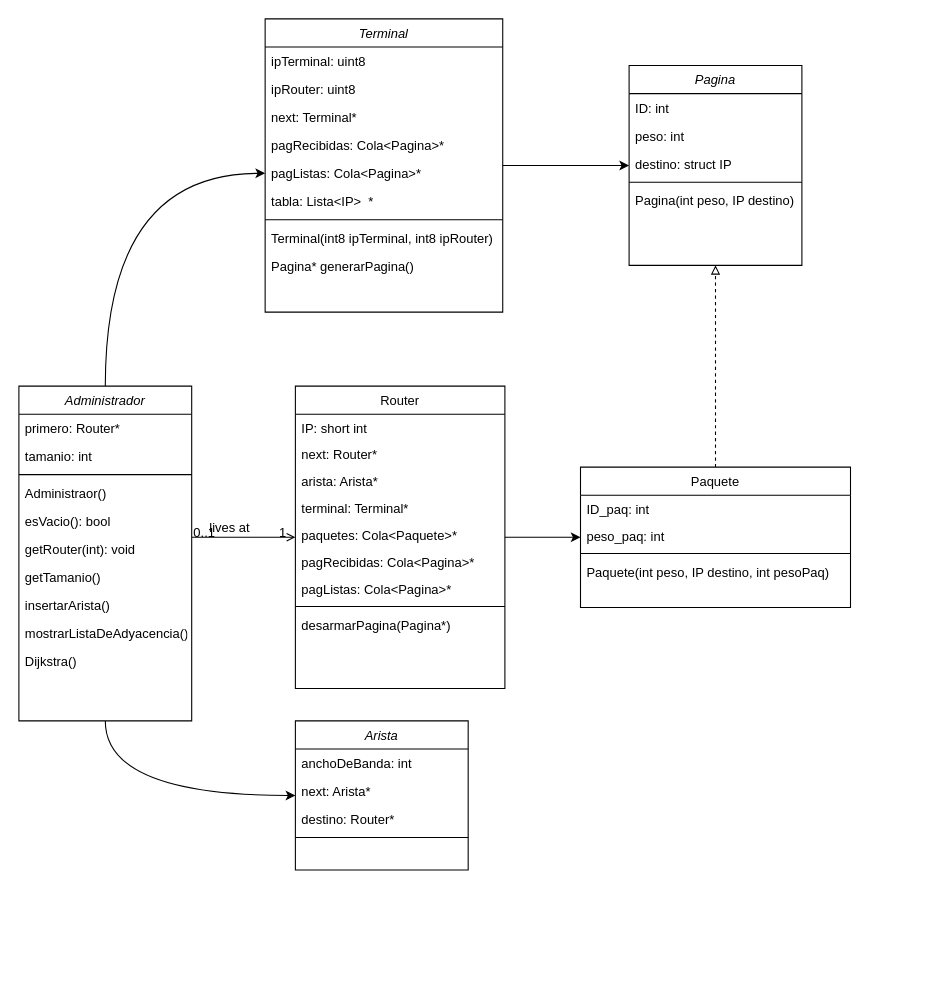
Above: DiagramaDeClases.drawio in emaarnolfo/FinalAyEdD2023 (draw.io), before the change. Source tidied: cells renumbered, new cells numbered last; positions are measured from the earlier drawing's top-left corner, leaving out a move shared by most shapes. Both pictures are drawn from the tidied source at 108%, with x=0, y=0 at pixel (18, 18).
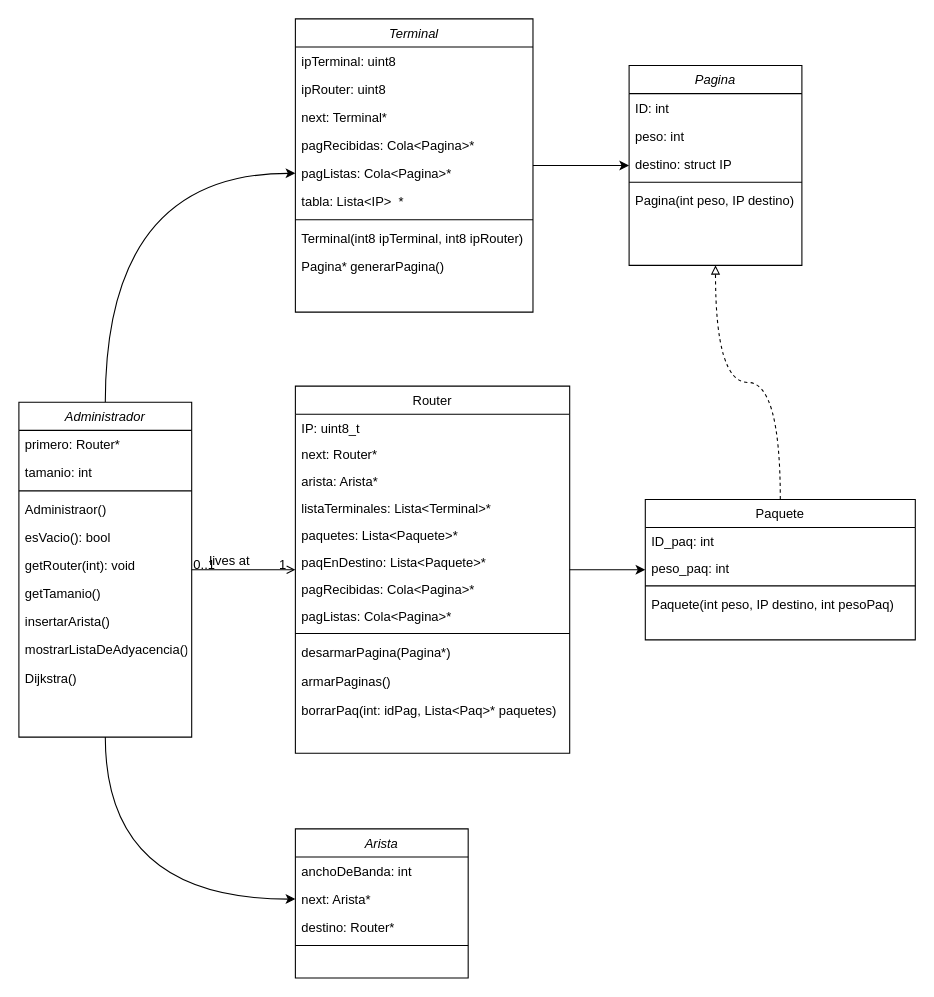
The same diagram, later.

The change refers to these unchanged cells:
```xml
<mxCell id="32" value="next: Arista*" style="text;align=left;verticalAlign=top;spacingLeft=4;spacingRight=4;overflow=hidden;points=[[0,0.5],[1,0.5]];portConstraint=eastwest;rounded=0;shadow=0;html=0;" parent="30" vertex="1">
  <mxGeometry y="52" width="160" height="26" as="geometry" />
</mxCell>
```

Change to the diagram source:
```diff
@@
-    <mxCell id="2" style="edgeStyle=orthogonalEdgeStyle;jettySize=auto;html=1;curved=1;exitX=0.5;exitY=1;exitDx=0;exitDy=0;" parent="1" edge="1" source="4" target="30">
+    <mxCell id="2" style="edgeStyle=orthogonalEdgeStyle;jettySize=auto;html=1;curved=1;exitX=0.5;exitY=1;exitDx=0;exitDy=0;entryX=0;entryY=0.5;entryDx=0;entryDy=0;" parent="1" edge="1" source="4" target="32">
       <mxGeometry relative="1" as="geometry" />
     </mxCell>
@@
     <mxCell id="4" value="Administrador" style="swimlane;fontStyle=2;align=center;verticalAlign=top;horizontal=1;startSize=26;rounded=0;shadow=0;strokeWidth=1;" parent="1" vertex="1">
-      <mxGeometry y="340" width="160" height="310" as="geometry" />
+      <mxGeometry y="355" width="160" height="310" as="geometry" />
     </mxCell>
@@
     <mxCell id="16" value="Router" style="swimlane;fontStyle=0;align=center;verticalAlign=top;horizontal=1;startSize=26;rounded=0;shadow=0;strokeWidth=1;" parent="1" vertex="1">
-      <mxGeometry x="256" y="340" width="194" height="280" as="geometry" />
+      <mxGeometry x="256" y="340" width="254" height="340" as="geometry" />
     </mxCell>
-    <mxCell id="17" value="IP: short int" style="text;align=left;verticalAlign=top;spacingLeft=4;spacingRight=4;overflow=hidden;rounded=0;shadow=0;html=0;" parent="16" vertex="1">
-      <mxGeometry y="26" width="194" height="24" as="geometry" />
+    <mxCell id="17" value="IP: uint8_t" style="text;align=left;verticalAlign=top;spacingLeft=4;spacingRight=4;overflow=hidden;rounded=0;shadow=0;html=0;" parent="16" vertex="1">
+      <mxGeometry y="26" width="254" height="24" as="geometry" />
     </mxCell>
     <mxCell id="18" value="next: Router*" style="text;align=left;verticalAlign=top;spacingLeft=4;spacingRight=4;overflow=hidden;" parent="16" vertex="1">
-      <mxGeometry y="50" width="194" height="25" as="geometry" />
+      <mxGeometry y="50" width="254" height="25" as="geometry" />
     </mxCell>
     <mxCell id="19" value="arista: Arista*" style="text;align=left;verticalAlign=top;spacingLeft=4;spacingRight=4;overflow=hidden;" parent="16" vertex="1">
-      <mxGeometry y="75" width="194" height="25" as="geometry" />
+      <mxGeometry y="75" width="254" height="25" as="geometry" />
     </mxCell>
-    <mxCell id="20" value="terminal: Terminal*" style="text;align=left;verticalAlign=top;spacingLeft=4;spacingRight=4;overflow=hidden;" parent="16" vertex="1">
-      <mxGeometry y="100" width="194" height="25" as="geometry" />
+    <mxCell id="20" value="listaTerminales: Lista&lt;Terminal&gt;* " style="text;align=left;verticalAlign=top;spacingLeft=4;spacingRight=4;overflow=hidden;" parent="16" vertex="1">
+      <mxGeometry y="100" width="254" height="25" as="geometry" />
     </mxCell>
-    <mxCell id="21" value="paquetes: Cola&lt;Paquete&gt;*" style="text;align=left;verticalAlign=top;spacingLeft=4;spacingRight=4;overflow=hidden;" parent="16" vertex="1">
-      <mxGeometry y="125" width="194" height="25" as="geometry" />
+    <mxCell id="21" value="paquetes: Lista&lt;Paquete&gt;*" style="text;align=left;verticalAlign=top;spacingLeft=4;spacingRight=4;overflow=hidden;" parent="16" vertex="1">
+      <mxGeometry y="125" width="254" height="25" as="geometry" />
     </mxCell>
+    <mxCell id="59" value="paqEnDestino: Lista&lt;Paquete&gt;*" style="text;align=left;verticalAlign=top;spacingLeft=4;spacingRight=4;overflow=hidden;" parent="16" vertex="1">
+      <mxGeometry y="150" width="254" height="25" as="geometry" />
+    </mxCell>
     <mxCell id="22" value="pagRecibidas: Cola&lt;Pagina&gt;*" style="text;align=left;verticalAlign=top;spacingLeft=4;spacingRight=4;overflow=hidden;" parent="16" vertex="1">
-      <mxGeometry y="150" width="194" height="25" as="geometry" />
+      <mxGeometry y="175" width="254" height="25" as="geometry" />
     </mxCell>
     <mxCell id="23" value="pagListas: Cola&lt;Pagina&gt;*" style="text;align=left;verticalAlign=top;spacingLeft=4;spacingRight=4;overflow=hidden;" parent="16" vertex="1">
-      <mxGeometry y="175" width="194" height="25" as="geometry" />
+      <mxGeometry y="200" width="254" height="25" as="geometry" />
     </mxCell>
     <mxCell id="24" style="line;html=1;strokeWidth=1;align=left;verticalAlign=middle;spacingTop=-1;spacingLeft=3;spacingRight=3;labelPosition=right;" parent="16" vertex="1">
-      <mxGeometry y="200" width="194" height="8" as="geometry" />
+      <mxGeometry y="225" width="254" height="8" as="geometry" />
     </mxCell>
     <mxCell id="25" value="desarmarPagina(Pagina*)" style="text;align=left;verticalAlign=top;spacingLeft=4;spacingRight=4;overflow=hidden;" parent="16" vertex="1">
-      <mxGeometry y="208" width="194" height="25" as="geometry" />
+      <mxGeometry y="233" width="254" height="27" as="geometry" />
     </mxCell>
+    <mxCell id="60" value="armarPaginas()" style="text;align=left;verticalAlign=top;spacingLeft=4;spacingRight=4;overflow=hidden;" parent="16" vertex="1">
+      <mxGeometry y="260" width="254" height="27" as="geometry" />
+    </mxCell>
+    <mxCell id="61" value="borrarPaq(int: idPag, Lista&lt;Paq&gt;* paquetes)" style="text;align=left;verticalAlign=top;spacingLeft=4;spacingRight=4;overflow=hidden;" parent="16" vertex="1">
+      <mxGeometry y="287" width="254" height="27" as="geometry" />
+    </mxCell>
@@
     <mxCell id="30" value="Arista" style="swimlane;fontStyle=2;align=center;verticalAlign=top;horizontal=1;startSize=26;rounded=0;shadow=0;strokeWidth=1;" parent="1" vertex="1">
-      <mxGeometry x="256" y="650" width="160" height="138" as="geometry" />
+      <mxGeometry x="256" y="750" width="160" height="138" as="geometry" />
     </mxCell>
@@
     <mxCell id="36" value="Terminal" style="swimlane;fontStyle=2;align=center;verticalAlign=top;horizontal=1;startSize=26;rounded=0;shadow=0;strokeWidth=1;" parent="1" vertex="1">
-      <mxGeometry x="228" width="220" height="271.5" as="geometry" />
+      <mxGeometry x="256" width="220" height="271.5" as="geometry" />
     </mxCell>
@@
     <mxCell id="48" value="Paquete" style="swimlane;fontStyle=0;align=center;verticalAlign=top;horizontal=1;startSize=26;rounded=0;shadow=0;strokeWidth=1;" parent="1" vertex="1">
-      <mxGeometry x="520" y="415" width="250" height="130" as="geometry" />
+      <mxGeometry x="580" y="445" width="250" height="130" as="geometry" />
     </mxCell>
```
